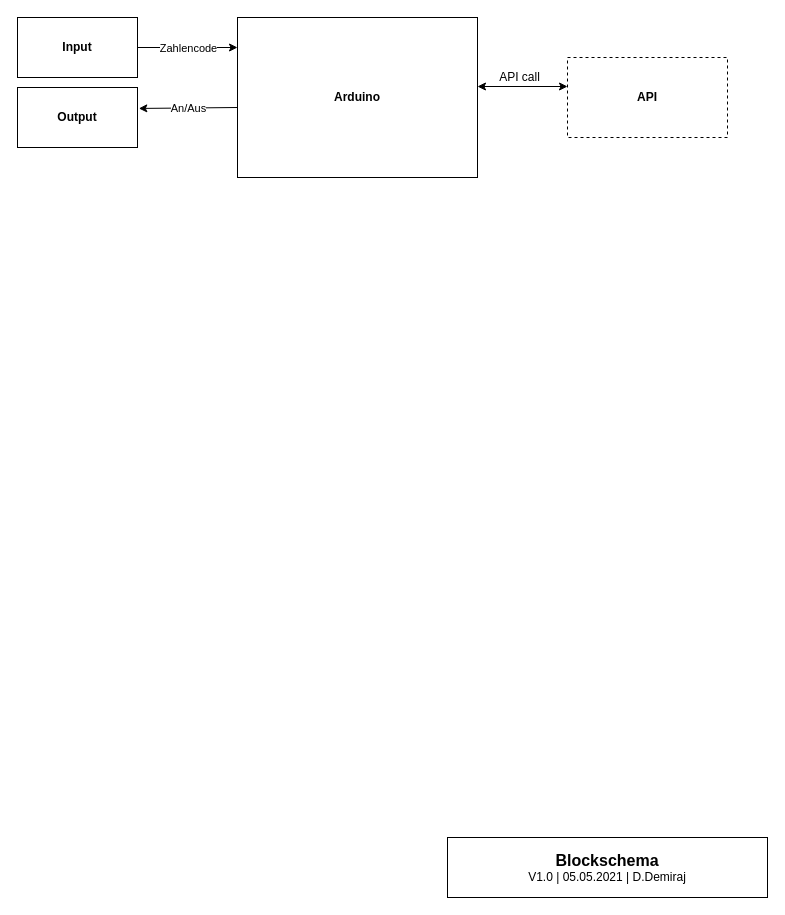
This is files/originalFiles/02_Blockschema.drawio from timokluser-dev/GBS_M121_Hotel-Safe, a draw.io file, before an edit. Source tidied: cells renumbered, new cells numbered last; positions are measured from the earlier drawing's top-left corner, leaving out a move shared by most shapes. Both pictures are drawn from the tidied source at 100%, with x=0, y=0 at pixel (17, 17).
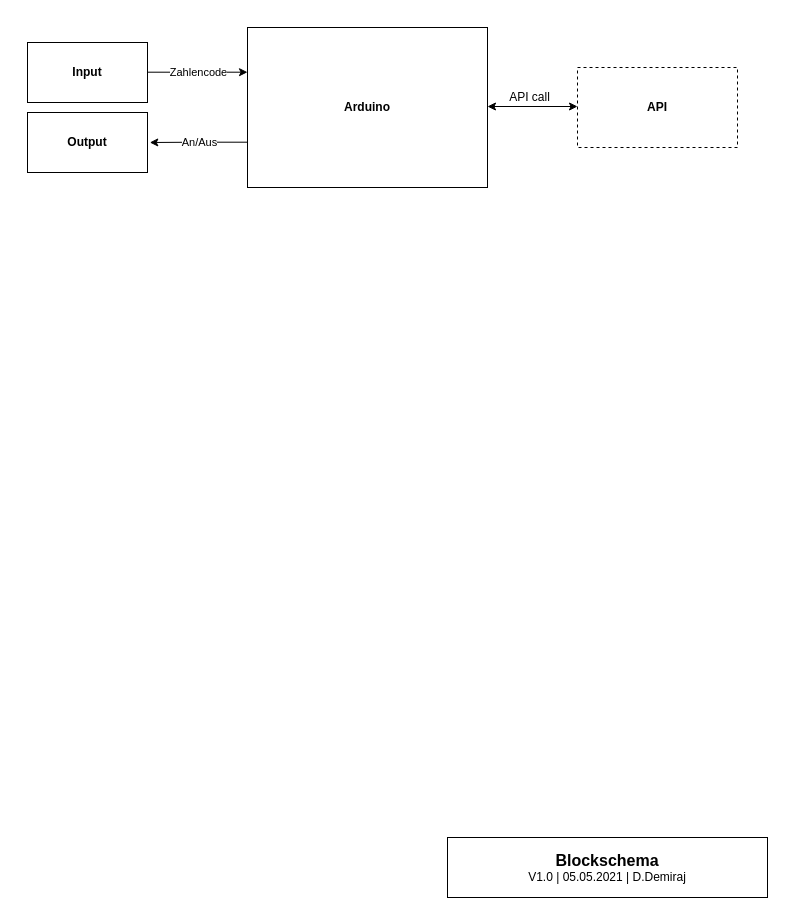
The same diagram, later.

Diff of the diagram source:
```diff
@@
 <mxGraphModel>
   <root>
     <mxCell id="0" />
     <mxCell id="1" parent="0" />
+    <mxCell id="11" value="&lt;font style=&quot;font-size: 16px&quot;&gt;&lt;b&gt;Blockschema&lt;/b&gt;&lt;/font&gt;&lt;font style=&quot;font-size: 6px&quot;&gt;&lt;br&gt;&lt;/font&gt;V1.0 | 05.05.2021 | D.Demiraj" style="rounded=0;whiteSpace=wrap;html=1;" parent="1" vertex="1">
+      <mxGeometry x="430" y="820" width="320" height="60" as="geometry" />
+    </mxCell>
     <mxCell id="2" value="&lt;b&gt;Arduino&lt;/b&gt;" style="rounded=0;whiteSpace=wrap;html=1;" parent="1" vertex="1">
-      <mxGeometry x="220" width="240" height="160" as="geometry" />
+      <mxGeometry x="230" y="10" width="240" height="160" as="geometry" />
     </mxCell>
-    <mxCell id="3" style="endArrow=classic;html=1;rounded=0;edgeStyle=orthogonalEdgeStyle;" parent="1" edge="1">
-      <mxGeometry relative="1" as="geometry">
-        <mxPoint x="120" y="30" as="sourcePoint" />
-        <mxPoint x="220" y="30" as="targetPoint" />
-      </mxGeometry>
-    </mxCell>
+    <mxCell id="13" style="endArrow=classic;html=1;rounded=0;edgeStyle=orthogonalEdgeStyle;" parent="1" edge="1">
+      <mxGeometry relative="1" as="geometry">
+        <mxPoint x="130" y="54.7" as="sourcePoint" />
+        <mxPoint x="230" y="54.7" as="targetPoint" />
+      </mxGeometry>
+    </mxCell>
-    <mxCell id="4" value="Zahlencode" style="edgeLabel;html=1;align=center;verticalAlign=middle;" parent="3" vertex="1">
+    <mxCell id="4" value="Zahlencode" style="edgeLabel;html=1;align=center;verticalAlign=middle;" parent="13" vertex="1">
       <mxGeometry relative="1" as="geometry" />
     </mxCell>
-    <mxCell id="5" style="endArrow=classic;html=1;rounded=0;edgeStyle=orthogonalEdgeStyle;entryX=1.011;entryY=0.349;entryDx=0;entryDy=0;entryPerimeter=0;" parent="1" edge="1" target="12">
-      <mxGeometry relative="1" as="geometry">
-        <mxPoint x="220" y="90" as="sourcePoint" />
-      </mxGeometry>
-    </mxCell>
+    <mxCell id="14" style="endArrow=classic;html=1;rounded=0;edgeStyle=orthogonalEdgeStyle;entryX=1.011;entryY=0.349;entryDx=0;entryDy=0;entryPerimeter=0;exitX=-0.004;exitY=0.66;exitDx=0;exitDy=0;exitPerimeter=0;" parent="1" edge="1">
+      <mxGeometry relative="1" as="geometry">
+        <mxPoint x="230" y="124.7" as="sourcePoint" />
+        <mxPoint x="132.3" y="125" as="targetPoint" />
+        <Array as="points">
+          <mxPoint x="181" y="125.1" />
+        </Array>
+      </mxGeometry>
+    </mxCell>
-    <mxCell id="6" value="An/Aus" style="edgeLabel;html=1;align=center;verticalAlign=middle;" parent="5" vertex="1">
+    <mxCell id="6" value="An/Aus" style="edgeLabel;html=1;align=center;verticalAlign=middle;" parent="14" vertex="1">
       <mxGeometry relative="1" as="geometry" />
     </mxCell>
     <mxCell id="7" value="Input" style="rounded=0;whiteSpace=wrap;html=1;fontStyle=1;" parent="1" vertex="1">
-      <mxGeometry width="120" height="60" as="geometry" />
+      <mxGeometry x="10" y="25" width="120" height="60" as="geometry" />
     </mxCell>
     <mxCell id="8" value="&lt;b&gt;API&lt;/b&gt;" style="whiteSpace=wrap;html=1;dashed=1;" parent="1" vertex="1">
-      <mxGeometry x="550" y="40" width="160" height="80" as="geometry" />
+      <mxGeometry x="560" y="50" width="160" height="80" as="geometry" />
     </mxCell>
-    <mxCell id="9" style="endArrow=classic;startArrow=classic;html=1;rounded=0;edgeStyle=orthogonalEdgeStyle;entryX=0;entryY=0.5;entryDx=0;entryDy=0;" parent="1" edge="1">
-      <mxGeometry relative="1" as="geometry">
-        <mxPoint x="460" y="69" as="sourcePoint" />
-        <mxPoint x="550" y="69" as="targetPoint" />
-      </mxGeometry>
-    </mxCell>
+    <mxCell id="15" style="endArrow=classic;startArrow=classic;html=1;rounded=0;edgeStyle=orthogonalEdgeStyle;entryX=0;entryY=0.5;entryDx=0;entryDy=0;" parent="1" edge="1">
+      <mxGeometry relative="1" as="geometry">
+        <mxPoint x="470" y="89" as="sourcePoint" />
+        <mxPoint x="560" y="89" as="targetPoint" />
+      </mxGeometry>
+    </mxCell>
     <mxCell id="10" value="API call" style="text;html=1;align=center;verticalAlign=middle;strokeColor=none;" parent="1" vertex="1">
-      <mxGeometry x="472" y="50" width="60" height="20" as="geometry" />
+      <mxGeometry x="482" y="70" width="60" height="20" as="geometry" />
     </mxCell>
-    <mxCell id="11" value="&lt;font style=&quot;font-size: 16px&quot;&gt;&lt;b&gt;Blockschema&lt;/b&gt;&lt;/font&gt;&lt;font style=&quot;font-size: 6px&quot;&gt;&lt;br&gt;&lt;/font&gt;V1.0 | 05.05.2021 | D.Demiraj" style="rounded=0;whiteSpace=wrap;html=1;" parent="1" vertex="1">
-      <mxGeometry x="430" y="820" width="320" height="60" as="geometry" />
-    </mxCell>
     <mxCell id="12" value="Output" style="rounded=0;whiteSpace=wrap;html=1;fontStyle=1;" parent="1" vertex="1">
-      <mxGeometry y="70" width="120" height="60" as="geometry" />
+      <mxGeometry x="10" y="95" width="120" height="60" as="geometry" />
     </mxCell>
   </root>
 </mxGraphModel>
```
